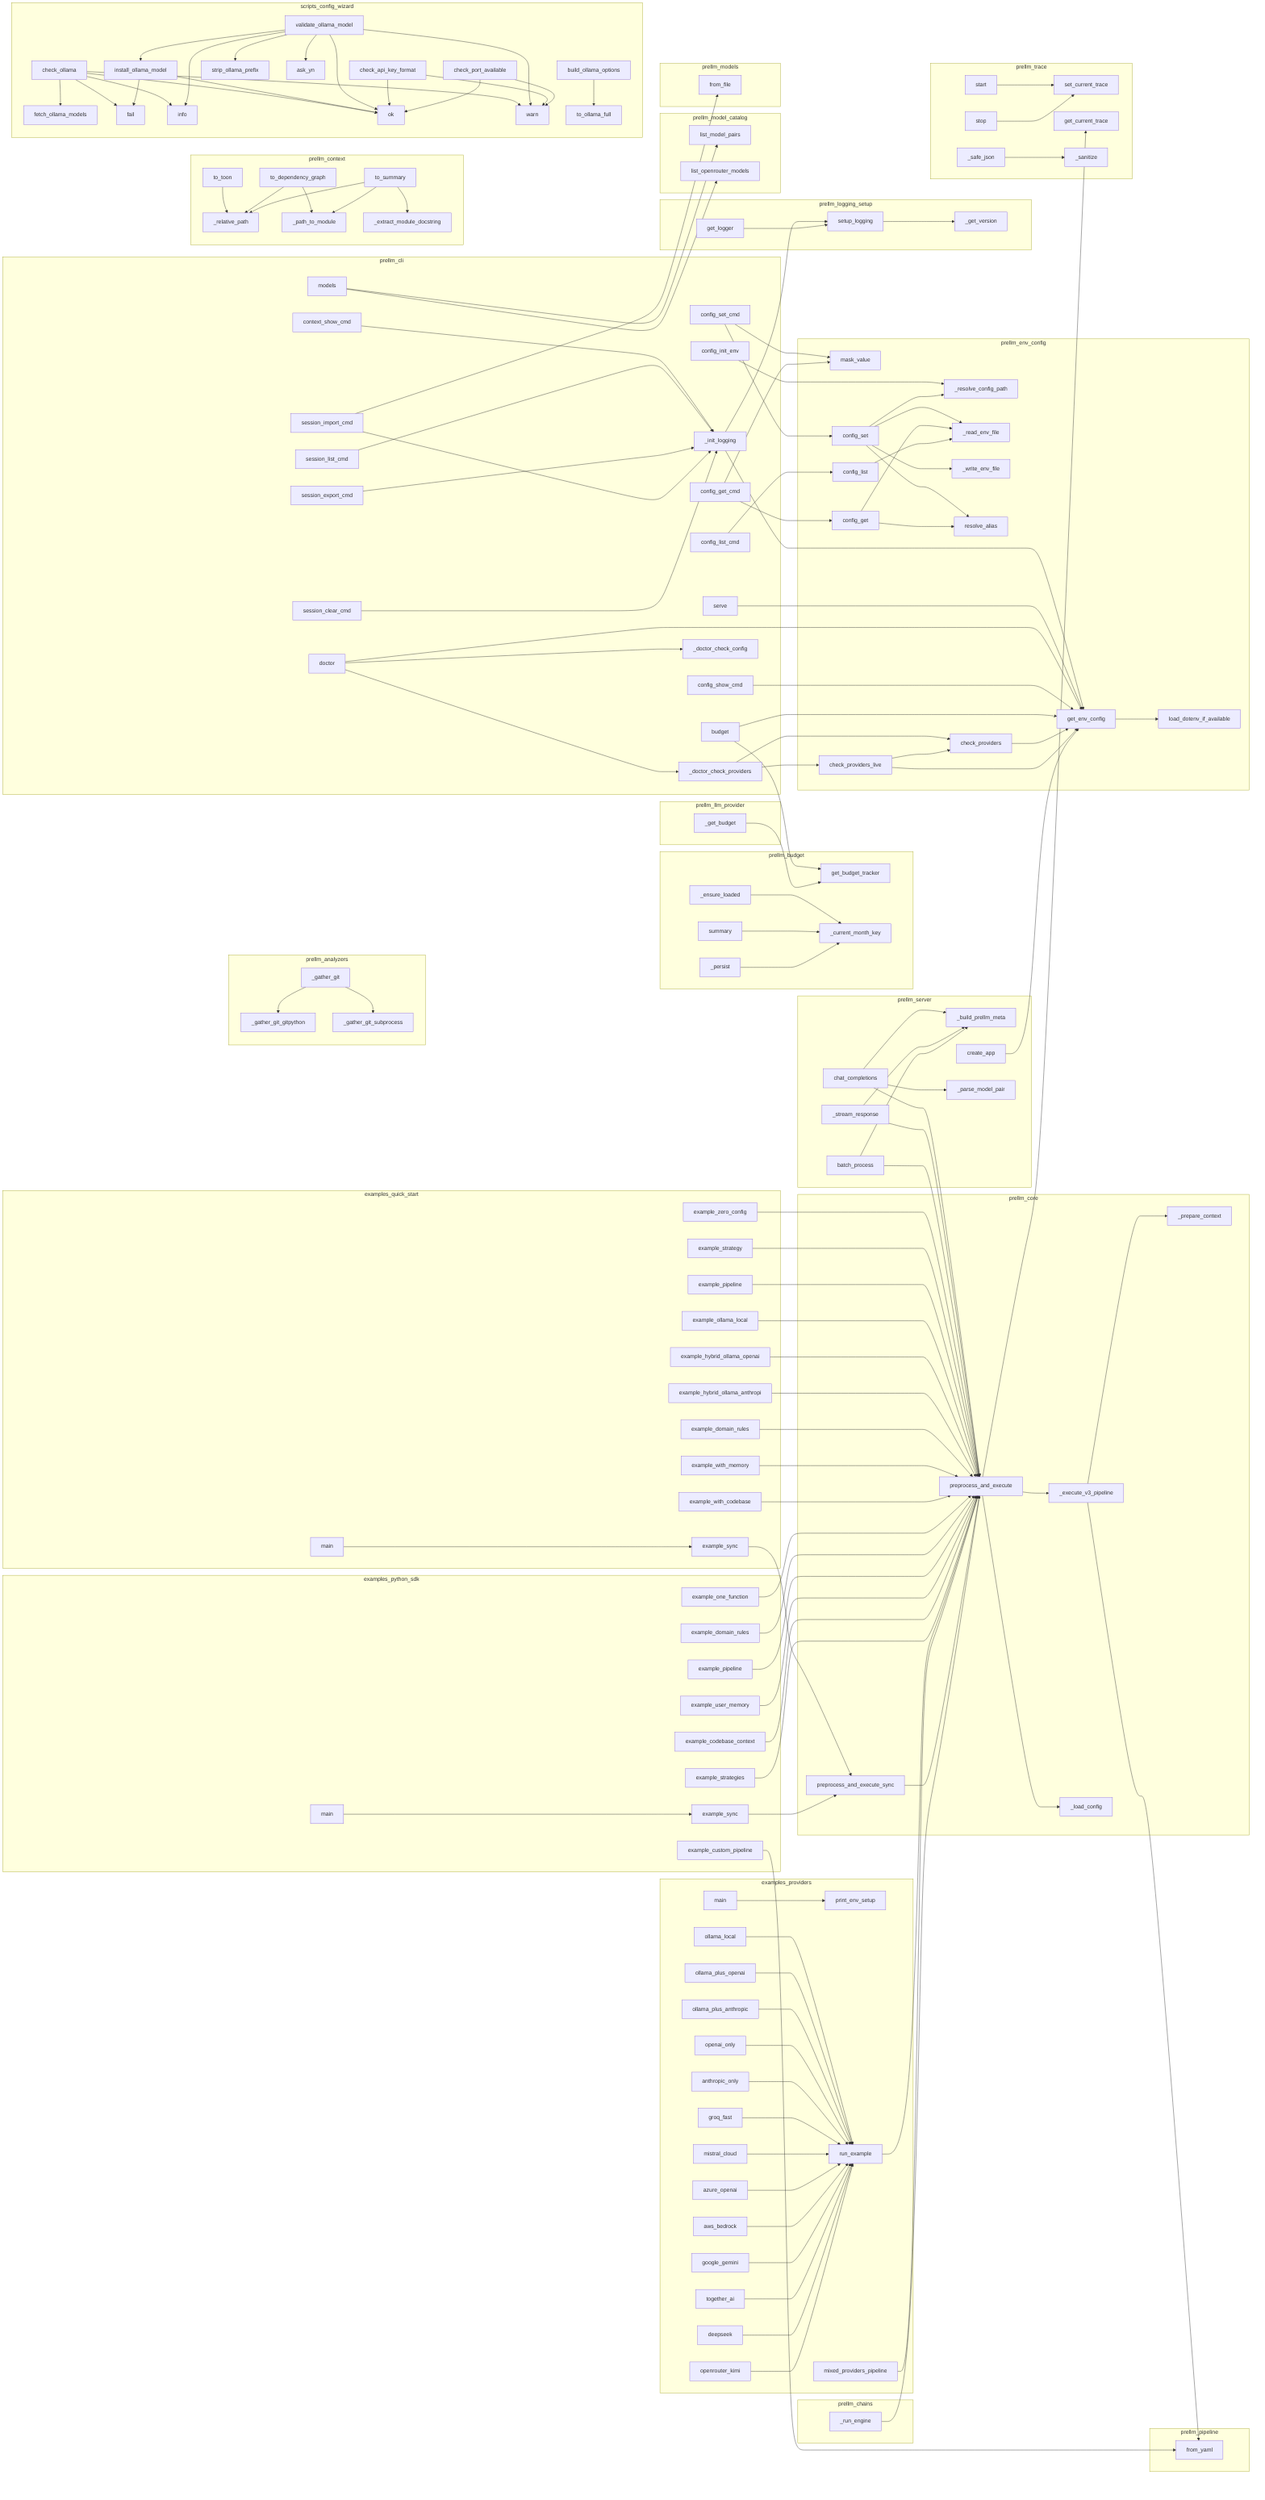
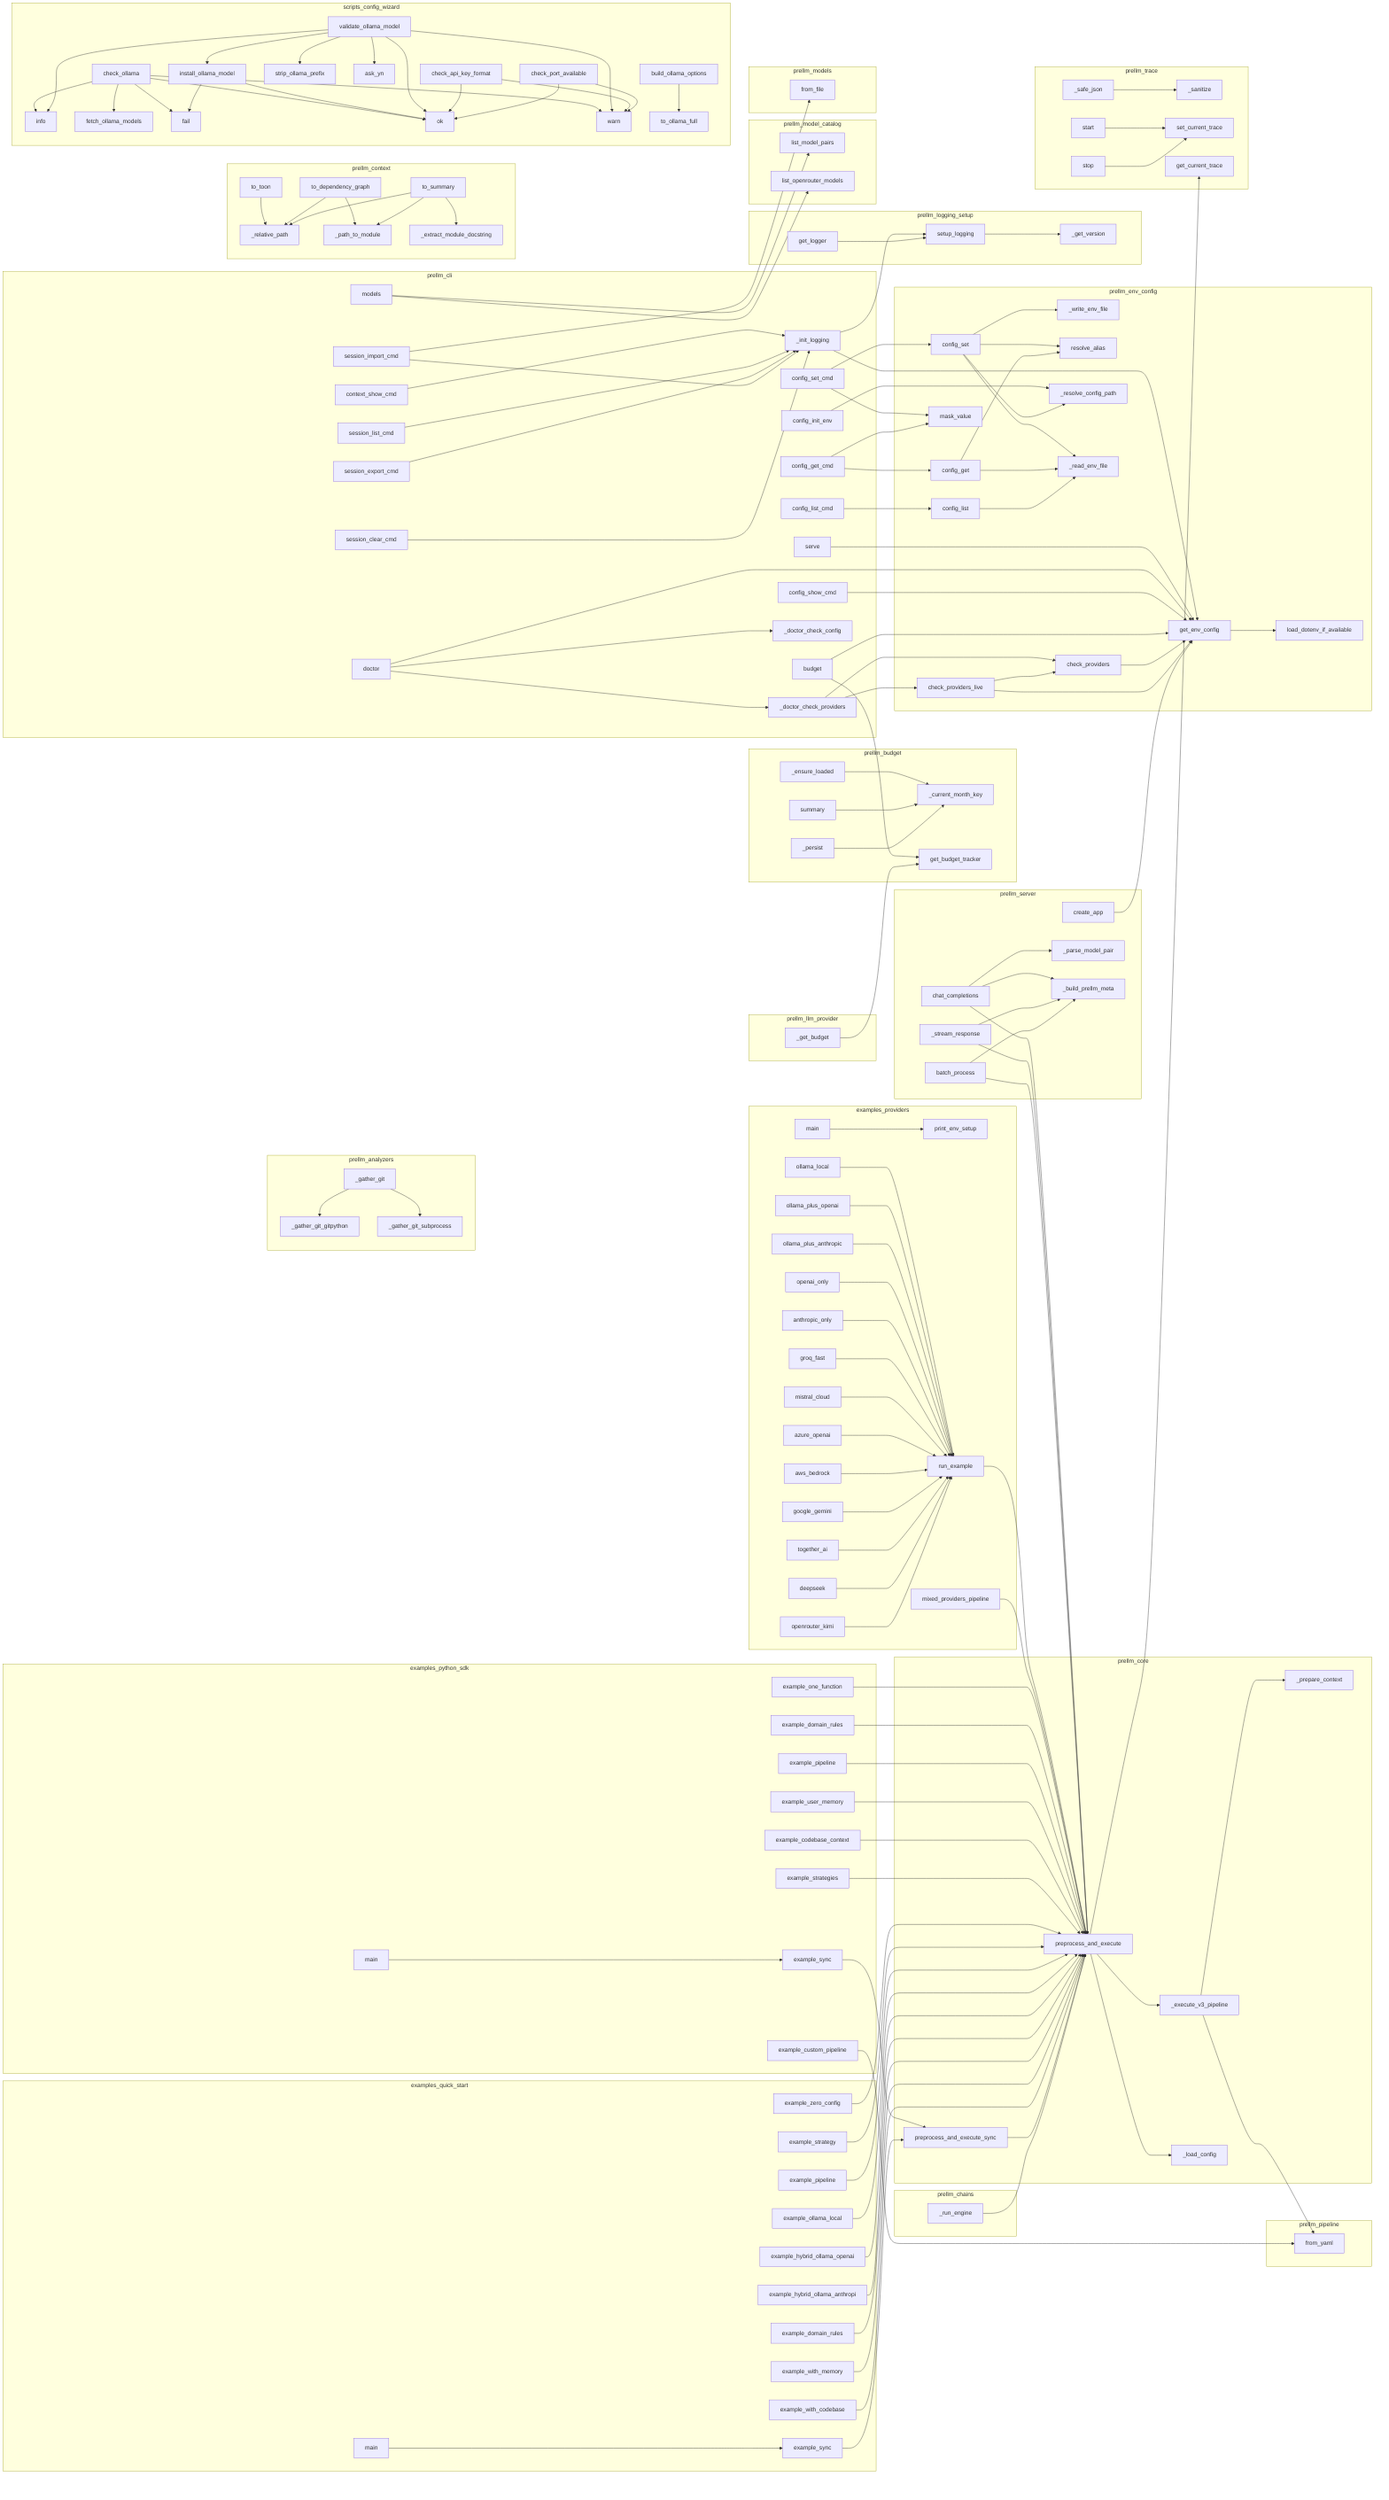
flowchart LR
    subgraph examples_providers
+         examples__providers__mistral_cloud["mistral_cloud"]
+         examples__providers__azure_openai["azure_openai"]
        examples__providers__ollama_plus_openai["ollama_plus_openai"]
+         examples__providers__groq_fast["groq_fast"]
+         examples__providers__print_env_setup["print_env_setup"]
+         examples__providers__ollama_local["ollama_local"]
        examples__providers__main["main"]
-         examples__providers__print_env_setup["print_env_setup"]
+         examples__providers__deepseek["deepseek"]
+         examples__providers__openrouter_kimi["openrouter_kimi"]
+         examples__providers__ollama_plus_anthropic["ollama_plus_anthropic"]
+         examples__providers__mixed_providers_pipeline["mixed_providers_pipeline"]
+         examples__providers__together_ai["together_ai"]
+         examples__providers__google_gemini["google_gemini"]
        examples__providers__aws_bedrock["aws_bedrock"]
+         examples__providers__openai_only["openai_only"]
        examples__providers__anthropic_only["anthropic_only"]
-         examples__providers__mixed_providers_pipeline["mixed_providers_pipeline"]
-         examples__providers__google_gemini["google_gemini"]
-         examples__providers__azure_openai["azure_openai"]
-         examples__providers__openai_only["openai_only"]
-         examples__providers__ollama_plus_anthropic["ollama_plus_anthropic"]
-         examples__providers__together_ai["together_ai"]
-         examples__providers__deepseek["deepseek"]
-         examples__providers__mistral_cloud["mistral_cloud"]
-         examples__providers__ollama_local["ollama_local"]
-         examples__providers__groq_fast["groq_fast"]
-         examples__providers__openrouter_kimi["openrouter_kimi"]
        examples__providers__run_example["run_example"]
    end
    subgraph examples_python_sdk
+         examples__python_sdk__example_strategies["example_strategies"]
        examples__python_sdk__example_codebase_context["example_codebase_context"]
+         examples__python_sdk__example_user_memory["example_user_memory"]
+         examples__python_sdk__example_domain_rules["example_domain_rules"]
+         examples__python_sdk__main["main"]
+         examples__python_sdk__example_pipeline["example_pipeline"]
        examples__python_sdk__example_custom_pipeline["example_custom_pipeline"]
-         examples__python_sdk__example_pipeline["example_pipeline"]
-         examples__python_sdk__main["main"]
+         examples__python_sdk__example_sync["example_sync"]
        examples__python_sdk__example_one_function["example_one_function"]
-         examples__python_sdk__example_strategies["example_strategies"]
-         examples__python_sdk__example_sync["example_sync"]
-         examples__python_sdk__example_domain_rules["example_domain_rules"]
-         examples__python_sdk__example_user_memory["example_user_memory"]
    end
    subgraph examples_quick_start
+         examples__quick_start__example_hybrid_ollama_anthropic["example_hybrid_ollama_anthropi"]
        examples__quick_start__example_ollama_local["example_ollama_local"]
-         examples__quick_start__example_strategy["example_strategy"]
+         examples__quick_start__main["main"]
+         examples__quick_start__example_sync["example_sync"]
+         examples__quick_start__example_domain_rules["example_domain_rules"]
        examples__quick_start__example_zero_config["example_zero_config"]
        examples__quick_start__example_with_codebase["example_with_codebase"]
-         examples__quick_start__example_domain_rules["example_domain_rules"]
+         examples__quick_start__example_hybrid_ollama_openai["example_hybrid_ollama_openai"]
+         examples__quick_start__example_strategy["example_strategy"]
+         examples__quick_start__example_with_memory["example_with_memory"]
        examples__quick_start__example_pipeline["example_pipeline"]
-         examples__quick_start__main["main"]
-         examples__quick_start__example_hybrid_ollama_openai["example_hybrid_ollama_openai"]
-         examples__quick_start__example_with_memory["example_with_memory"]
-         examples__quick_start__example_hybrid_ollama_anthropic["example_hybrid_ollama_anthropi"]
-         examples__quick_start__example_sync["example_sync"]
    end
    subgraph prellm_analyzers
        prellm__ContextEngine___gather_git_gitpython["_gather_git_gitpython"]
        prellm__ContextEngine___gather_git["_gather_git"]
        prellm__ContextEngine___gather_git_subprocess["_gather_git_subprocess"]
    end
    subgraph prellm_budget
+         prellm__budget___current_month_key["_current_month_key"]
+         prellm__budget__get_budget_tracker["get_budget_tracker"]
+         prellm__budget__BudgetTracker___persist["_persist"]
        prellm__budget__BudgetTracker__summary["summary"]
        prellm__budget__BudgetTracker___ensure_loaded["_ensure_loaded"]
-         prellm__budget__get_budget_tracker["get_budget_tracker"]
-         prellm__budget___current_month_key["_current_month_key"]
-         prellm__budget__BudgetTracker___persist["_persist"]
    end
    subgraph prellm_chains
        prellm__chains__process_chain__ProcessChain___run_engine["_run_engine"]
    end
    subgraph prellm_cli
        prellm__cli__models["models"]
-         prellm__cli__session_list_cmd["session_list_cmd"]
+         prellm__cli__config_set_cmd["config_set_cmd"]
+         prellm__cli__config_init_env["config_init_env"]
+         prellm__cli__session_import_cmd["session_import_cmd"]
+         prellm__cli__config_get_cmd["config_get_cmd"]
+         prellm__cli__config_show_cmd["config_show_cmd"]
+         prellm__cli__session_export_cmd["session_export_cmd"]
+         prellm__cli__config_list_cmd["config_list_cmd"]
+         prellm__cli__doctor["doctor"]
+         prellm__cli__serve["serve"]
        prellm__cli___init_logging["_init_logging"]
+         prellm__cli__budget["budget"]
+         prellm__cli__session_clear_cmd["session_clear_cmd"]
        prellm__cli__context_show_cmd["context_show_cmd"]
-         prellm__cli__session_export_cmd["session_export_cmd"]
-         prellm__cli__config_init_env["config_init_env"]
-         prellm__cli__budget["budget"]
-         prellm__cli__config_set_cmd["config_set_cmd"]
-         prellm__cli__serve["serve"]
-         prellm__cli__config_list_cmd["config_list_cmd"]
-         prellm__cli__session_clear_cmd["session_clear_cmd"]
-         prellm__cli__config_show_cmd["config_show_cmd"]
        prellm__cli___doctor_check_config["_doctor_check_config"]
        prellm__cli___doctor_check_providers["_doctor_check_providers"]
-         prellm__cli__doctor["doctor"]
-         prellm__cli__session_import_cmd["session_import_cmd"]
-         prellm__cli__config_get_cmd["config_get_cmd"]
+         prellm__cli__session_list_cmd["session_list_cmd"]
    end
    subgraph prellm_context
-         prellm__FolderCompressor__to_toon["to_toon"]
        prellm__FolderCompressor__to_summary["to_summary"]
        prellm__context__folder_compressor___relative_path["_relative_path"]
-         prellm__context__folder_compressor___extract_module_docstrin["_extract_module_docstring"]
+         prellm__FolderCompressor__to_toon["to_toon"]
        prellm__context__folder_compressor___path_to_module["_path_to_module"]
        prellm__FolderCompressor__to_dependency_graph["to_dependency_graph"]
+         prellm__context__folder_compressor___extract_module_docstrin["_extract_module_docstring"]
    end
    subgraph prellm_core
        prellm__core__preprocess_and_execute["preprocess_and_execute"]
        prellm__core___execute_v3_pipeline["_execute_v3_pipeline"]
        prellm__core__PreLLM___load_config["_load_config"]
+         prellm__core__preprocess_and_execute_sync["preprocess_and_execute_sync"]
        prellm__core___prepare_context["_prepare_context"]
-         prellm__core__preprocess_and_execute_sync["preprocess_and_execute_sync"]
    end
    subgraph prellm_env_config
-         prellm__env_config__get_env_config["get_env_config"]
-         prellm__env_config__mask_value["mask_value"]
        prellm__env_config__config_set["config_set"]
-         prellm__env_config___resolve_config_path["_resolve_config_path"]
-         prellm__env_config__config_get["config_get"]
-         prellm__env_config___read_env_file["_read_env_file"]
-         prellm__env_config__check_providers_live["check_providers_live"]
        prellm__env_config___write_env_file["_write_env_file"]
        prellm__env_config__config_list["config_list"]
+         prellm__env_config__check_providers_live["check_providers_live"]
+         prellm__env_config__mask_value["mask_value"]
+         prellm__env_config__resolve_alias["resolve_alias"]
        prellm__env_config__load_dotenv_if_available["load_dotenv_if_available"]
-         prellm__env_config__resolve_alias["resolve_alias"]
        prellm__env_config__check_providers["check_providers"]
+         prellm__env_config__get_env_config["get_env_config"]
+         prellm__env_config___resolve_config_path["_resolve_config_path"]
+         prellm__env_config___read_env_file["_read_env_file"]
+         prellm__env_config__config_get["config_get"]
    end
    subgraph prellm_llm_provider
        prellm__llm_provider__LLMProvider___get_budget["_get_budget"]
    end
    subgraph prellm_logging_setup
        prellm__logging_setup__setup_logging["setup_logging"]
        prellm__logging_setup__get_logger["get_logger"]
        prellm__logging_setup___get_version["_get_version"]
    end
    subgraph prellm_model_catalog
        prellm__model_catalog__list_model_pairs["list_model_pairs"]
        prellm__model_catalog__list_openrouter_models["list_openrouter_models"]
    end
    subgraph prellm_models
        prellm__models__SessionSnapshot__from_file["from_file"]
    end
    subgraph prellm_pipeline
        prellm__pipeline__PromptPipeline__from_yaml["from_yaml"]
    end
    subgraph prellm_server
+         prellm__server___stream_response["_stream_response"]
+         prellm__server__create_app["create_app"]
+         prellm__server___parse_model_pair["_parse_model_pair"]
+         prellm__server__chat_completions["chat_completions"]
        prellm__server__batch_process["batch_process"]
        prellm__server___build_prellm_meta["_build_prellm_meta"]
-         prellm__server___stream_response["_stream_response"]
-         prellm__server__chat_completions["chat_completions"]
-         prellm__server__create_app["create_app"]
-         prellm__server___parse_model_pair["_parse_model_pair"]
    end
    subgraph prellm_trace
+         prellm__trace__TraceRecorder__stop["stop"]
+         prellm__trace___safe_json["_safe_json"]
+         prellm__trace___sanitize["_sanitize"]
        prellm__trace__set_current_trace["set_current_trace"]
        prellm__trace__get_current_trace["get_current_trace"]
-         prellm__trace___sanitize["_sanitize"]
-         prellm__trace___safe_json["_safe_json"]
-         prellm__trace__TraceRecorder__stop["stop"]
        prellm__trace__TraceRecorder__start["start"]
    end
    subgraph scripts_config_wizard
+         scripts__config_wizard__info["info"]
        scripts__config_wizard__fetch_ollama_models["fetch_ollama_models"]
+         scripts__config_wizard__strip_ollama_prefix["strip_ollama_prefix"]
+         scripts__config_wizard__fail["fail"]
+         scripts__config_wizard__check_api_key_format["check_api_key_format"]
+         scripts__config_wizard__build_ollama_options["build_ollama_options"]
+         scripts__config_wizard__check_ollama["check_ollama"]
+         scripts__config_wizard__ok["ok"]
+         scripts__config_wizard__check_port_available["check_port_available"]
        scripts__config_wizard__validate_ollama_model["validate_ollama_model"]
-         scripts__config_wizard__info["info"]
+         scripts__config_wizard__install_ollama_model["install_ollama_model"]
        scripts__config_wizard__ask_yn["ask_yn"]
-         scripts__config_wizard__check_port_available["check_port_available"]
-         scripts__config_wizard__ok["ok"]
-         scripts__config_wizard__strip_ollama_prefix["strip_ollama_prefix"]
-         scripts__config_wizard__build_ollama_options["build_ollama_options"]
-         scripts__config_wizard__check_api_key_format["check_api_key_format"]
-         scripts__config_wizard__fail["fail"]
-         scripts__config_wizard__install_ollama_model["install_ollama_model"]
-         scripts__config_wizard__check_ollama["check_ollama"]
+         scripts__config_wizard__to_ollama_full["to_ollama_full"]
        scripts__config_wizard__warn["warn"]
-         scripts__config_wizard__to_ollama_full["to_ollama_full"]
-     end
-     examples__quick_start__example_zero_config --> prellm__core__preprocess_and_execute
-     examples__quick_start__example_strategy --> prellm__core__preprocess_and_execute
-     examples__quick_start__example_pipeline --> prellm__core__preprocess_and_execute
-     examples__quick_start__example_ollama_local --> prellm__core__preprocess_and_execute
-     examples__quick_start__example_hybrid_ollama_openai --> prellm__core__preprocess_and_execute
-     examples__quick_start__example_hybrid_ollama_anthropic --> prellm__core__preprocess_and_execute
-     examples__quick_start__example_domain_rules --> prellm__core__preprocess_and_execute
-     examples__quick_start__example_with_memory --> prellm__core__preprocess_and_execute
-     examples__quick_start__example_with_codebase --> prellm__core__preprocess_and_execute
-     examples__quick_start__example_sync --> prellm__core__preprocess_and_execute_sync
-     examples__quick_start__main --> examples__quick_start__example_sync
-     examples__python_sdk__example_one_function --> prellm__core__preprocess_and_execute
-     examples__python_sdk__example_domain_rules --> prellm__core__preprocess_and_execute
-     examples__python_sdk__example_sync --> prellm__core__preprocess_and_execute_sync
-     examples__python_sdk__example_pipeline --> prellm__core__preprocess_and_execute
-     examples__python_sdk__example_user_memory --> prellm__core__preprocess_and_execute
-     examples__python_sdk__example_codebase_context --> prellm__core__preprocess_and_execute
-     examples__python_sdk__example_custom_pipeline --> prellm__pipeline__PromptPipeline__from_yaml
-     examples__python_sdk__example_strategies --> prellm__core__preprocess_and_execute
-     examples__python_sdk__main --> examples__python_sdk__example_sync
+     end
    examples__providers__run_example --> prellm__core__preprocess_and_execute
    examples__providers__ollama_local --> examples__providers__run_example
    examples__providers__ollama_plus_openai --> examples__providers__run_example
    examples__providers__ollama_plus_anthropic --> examples__providers__run_example
    examples__providers__openai_only --> examples__providers__run_example
    examples__providers__anthropic_only --> examples__providers__run_example
    examples__providers__groq_fast --> examples__providers__run_example
    examples__providers__mistral_cloud --> examples__providers__run_example
    examples__providers__azure_openai --> examples__providers__run_example
    examples__providers__aws_bedrock --> examples__providers__run_example
    examples__providers__google_gemini --> examples__providers__run_example
    examples__providers__together_ai --> examples__providers__run_example
    examples__providers__deepseek --> examples__providers__run_example
    examples__providers__openrouter_kimi --> examples__providers__run_example
    examples__providers__mixed_providers_pipeline --> prellm__core__preprocess_and_execute
    examples__providers__main --> examples__providers__print_env_setup
+     examples__python_sdk__example_one_function --> prellm__core__preprocess_and_execute
+     examples__python_sdk__example_domain_rules --> prellm__core__preprocess_and_execute
+     examples__python_sdk__example_sync --> prellm__core__preprocess_and_execute_sync
+     examples__python_sdk__example_pipeline --> prellm__core__preprocess_and_execute
+     examples__python_sdk__example_user_memory --> prellm__core__preprocess_and_execute
+     examples__python_sdk__example_codebase_context --> prellm__core__preprocess_and_execute
+     examples__python_sdk__example_custom_pipeline --> prellm__pipeline__PromptPipeline__from_yaml
+     examples__python_sdk__example_strategies --> prellm__core__preprocess_and_execute
+     examples__python_sdk__main --> examples__python_sdk__example_sync
+     examples__quick_start__example_zero_config --> prellm__core__preprocess_and_execute
+     examples__quick_start__example_strategy --> prellm__core__preprocess_and_execute
+     examples__quick_start__example_pipeline --> prellm__core__preprocess_and_execute
+     examples__quick_start__example_ollama_local --> prellm__core__preprocess_and_execute
+     examples__quick_start__example_hybrid_ollama_openai --> prellm__core__preprocess_and_execute
+     examples__quick_start__example_hybrid_ollama_anthropic --> prellm__core__preprocess_and_execute
+     examples__quick_start__example_domain_rules --> prellm__core__preprocess_and_execute
+     examples__quick_start__example_with_memory --> prellm__core__preprocess_and_execute
+     examples__quick_start__example_with_codebase --> prellm__core__preprocess_and_execute
+     examples__quick_start__example_sync --> prellm__core__preprocess_and_execute_sync
+     examples__quick_start__main --> examples__quick_start__example_sync
    prellm__cli___init_logging --> prellm__env_config__get_env_config
    prellm__cli___init_logging --> prellm__logging_setup__setup_logging
    prellm__cli__serve --> prellm__env_config__get_env_config
    prellm__cli___doctor_check_providers --> prellm__env_config__check_providers
    prellm__cli___doctor_check_providers --> prellm__env_config__check_providers_live
    prellm__cli__doctor --> prellm__env_config__get_env_config
    prellm__cli__doctor --> prellm__cli___doctor_check_config
    prellm__cli__doctor --> prellm__cli___doctor_check_providers
    prellm__cli__config_set_cmd --> prellm__env_config__config_set
    prellm__cli__config_set_cmd --> prellm__env_config__mask_value
    prellm__cli__config_get_cmd --> prellm__env_config__config_get
    prellm__cli__config_get_cmd --> prellm__env_config__mask_value
    prellm__cli__config_list_cmd --> prellm__env_config__config_list
    prellm__cli__config_show_cmd --> prellm__env_config__get_env_config
    prellm__cli__config_init_env --> prellm__env_config___resolve_config_path
    prellm__cli__budget --> prellm__env_config__get_env_config
    prellm__cli__budget --> prellm__budget__get_budget_tracker
    prellm__cli__models --> prellm__model_catalog__list_model_pairs
    prellm__cli__models --> prellm__model_catalog__list_openrouter_models
    prellm__cli__context_show_cmd --> prellm__cli___init_logging
    prellm__cli__session_list_cmd --> prellm__cli___init_logging
    prellm__cli__session_export_cmd --> prellm__cli___init_logging
    prellm__cli__session_import_cmd --> prellm__cli___init_logging
    prellm__cli__session_import_cmd --> prellm__models__SessionSnapshot__from_file
    prellm__cli__session_clear_cmd --> prellm__cli___init_logging
    prellm__env_config__get_env_config --> prellm__env_config__load_dotenv_if_available
    prellm__env_config__check_providers --> prellm__env_config__get_env_config
    prellm__env_config__config_set --> prellm__env_config__resolve_alias
    prellm__env_config__config_set --> prellm__env_config___resolve_config_path
    prellm__env_config__config_set --> prellm__env_config___read_env_file
    prellm__env_config__config_set --> prellm__env_config___write_env_file
    prellm__env_config__config_get --> prellm__env_config__resolve_alias
    prellm__env_config__config_get --> prellm__env_config___read_env_file
    prellm__env_config__config_list --> prellm__env_config___read_env_file
    prellm__env_config__check_providers_live --> prellm__env_config__check_providers
    prellm__env_config__check_providers_live --> prellm__env_config__get_env_config
    prellm__trace__TraceRecorder__start --> prellm__trace__set_current_trace
    prellm__trace__TraceRecorder__stop --> prellm__trace__set_current_trace
    prellm__trace___safe_json --> prellm__trace___sanitize
+     prellm__core__preprocess_and_execute --> prellm__trace__get_current_trace
+     prellm__core__preprocess_and_execute --> prellm__core__PreLLM___load_config
+     prellm__core__preprocess_and_execute --> prellm__core___execute_v3_pipeline
+     prellm__core__preprocess_and_execute_sync --> prellm__core__preprocess_and_execute
+     prellm__core___execute_v3_pipeline --> prellm__pipeline__PromptPipeline__from_yaml
+     prellm__core___execute_v3_pipeline --> prellm__core___prepare_context
+     prellm__llm_provider__LLMProvider___get_budget --> prellm__budget__get_budget_tracker
    prellm__server__chat_completions --> prellm__server___parse_model_pair
    prellm__server__chat_completions --> prellm__server___build_prellm_meta
    prellm__server__chat_completions --> prellm__core__preprocess_and_execute
    prellm__server___stream_response --> prellm__core__preprocess_and_execute
    prellm__server___stream_response --> prellm__server___build_prellm_meta
    prellm__server__batch_process --> prellm__core__preprocess_and_execute
    prellm__server__batch_process --> prellm__server___build_prellm_meta
    prellm__server__create_app --> prellm__env_config__get_env_config
-     prellm__core__preprocess_and_execute --> prellm__trace__get_current_trace
-     prellm__core__preprocess_and_execute --> prellm__core__PreLLM___load_config
-     prellm__core__preprocess_and_execute --> prellm__core___execute_v3_pipeline
-     prellm__core__preprocess_and_execute_sync --> prellm__core__preprocess_and_execute
-     prellm__core___execute_v3_pipeline --> prellm__pipeline__PromptPipeline__from_yaml
-     prellm__core___execute_v3_pipeline --> prellm__core___prepare_context
-     prellm__llm_provider__LLMProvider___get_budget --> prellm__budget__get_budget_tracker
+     prellm__chains__process_chain__ProcessChain___run_engine --> prellm__core__preprocess_and_execute
    scripts__config_wizard__check_ollama --> scripts__config_wizard__fetch_ollama_models
    scripts__config_wizard__check_ollama --> scripts__config_wizard__fail
    scripts__config_wizard__check_ollama --> scripts__config_wizard__info
    scripts__config_wizard__check_ollama --> scripts__config_wizard__ok
    scripts__config_wizard__check_ollama --> scripts__config_wizard__warn
    scripts__config_wizard__build_ollama_options --> scripts__config_wizard__to_ollama_full
    scripts__config_wizard__install_ollama_model --> scripts__config_wizard__fail
    scripts__config_wizard__install_ollama_model --> scripts__config_wizard__ok
    scripts__config_wizard__validate_ollama_model --> scripts__config_wizard__strip_ollama_prefix
    scripts__config_wizard__validate_ollama_model --> scripts__config_wizard__warn
    scripts__config_wizard__validate_ollama_model --> scripts__config_wizard__info
    scripts__config_wizard__validate_ollama_model --> scripts__config_wizard__ask_yn
    scripts__config_wizard__validate_ollama_model --> scripts__config_wizard__ok
    scripts__config_wizard__validate_ollama_model --> scripts__config_wizard__install_ollama_model
    scripts__config_wizard__check_api_key_format --> scripts__config_wizard__ok
    scripts__config_wizard__check_api_key_format --> scripts__config_wizard__warn
    scripts__config_wizard__check_port_available --> scripts__config_wizard__warn
    scripts__config_wizard__check_port_available --> scripts__config_wizard__ok
-     prellm__chains__process_chain__ProcessChain___run_engine --> prellm__core__preprocess_and_execute
-     prellm__budget__BudgetTracker___ensure_loaded --> prellm__budget___current_month_key
-     prellm__budget__BudgetTracker__summary --> prellm__budget___current_month_key
-     prellm__budget__BudgetTracker___persist --> prellm__budget___current_month_key
    prellm__FolderCompressor__to_toon --> prellm__context__folder_compressor___relative_path
    prellm__FolderCompressor__to_dependency_graph --> prellm__context__folder_compressor___relative_path
    prellm__FolderCompressor__to_dependency_graph --> prellm__context__folder_compressor___path_to_module
    prellm__FolderCompressor__to_summary --> prellm__context__folder_compressor___relative_path
    prellm__FolderCompressor__to_summary --> prellm__context__folder_compressor___path_to_module
    prellm__FolderCompressor__to_summary --> prellm__context__folder_compressor___extract_module_docstrin
+     prellm__budget__BudgetTracker___ensure_loaded --> prellm__budget___current_month_key
+     prellm__budget__BudgetTracker__summary --> prellm__budget___current_month_key
+     prellm__budget__BudgetTracker___persist --> prellm__budget___current_month_key
    prellm__ContextEngine___gather_git --> prellm__ContextEngine___gather_git_gitpython
    prellm__ContextEngine___gather_git --> prellm__ContextEngine___gather_git_subprocess
    prellm__logging_setup__setup_logging --> prellm__logging_setup___get_version
    prellm__logging_setup__get_logger --> prellm__logging_setup__setup_logging
